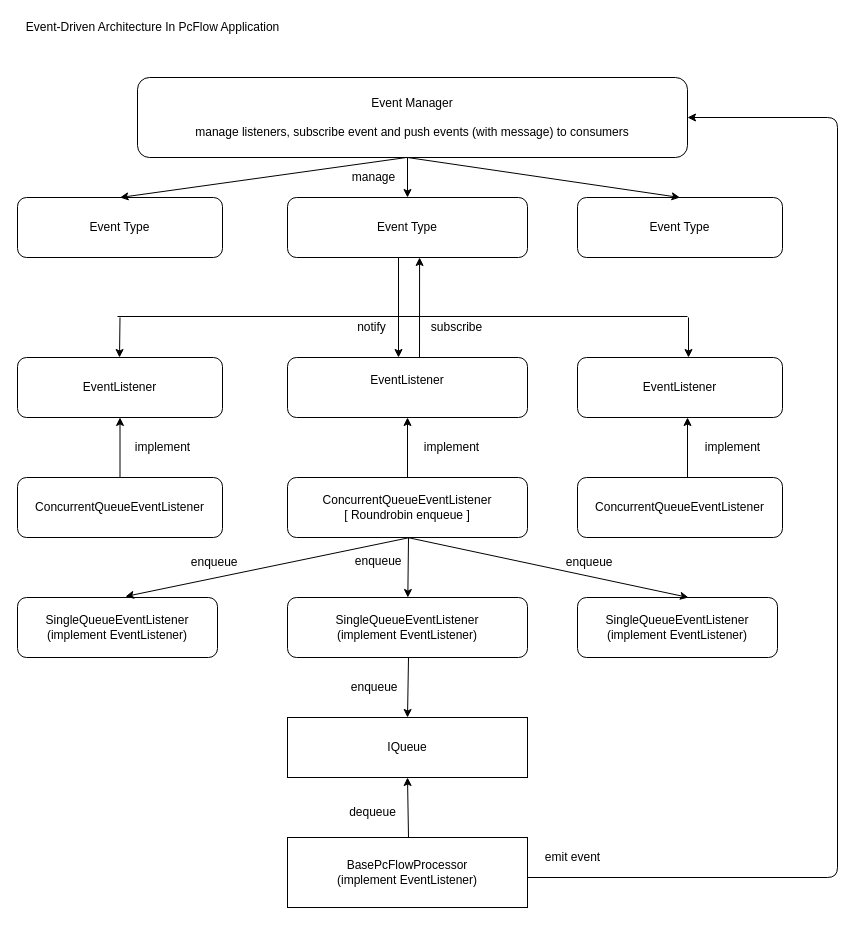
This is pcFlow.drawio from ndhcoder/my-configs, a draw.io file, before an edit. Source tidied: cells renumbered, new cells numbered last; positions are measured from the earlier drawing's top-left corner, leaving out a move shared by most shapes. Both pictures are drawn from the tidied source at 100%, with x=0, y=0 at pixel (17, 17).
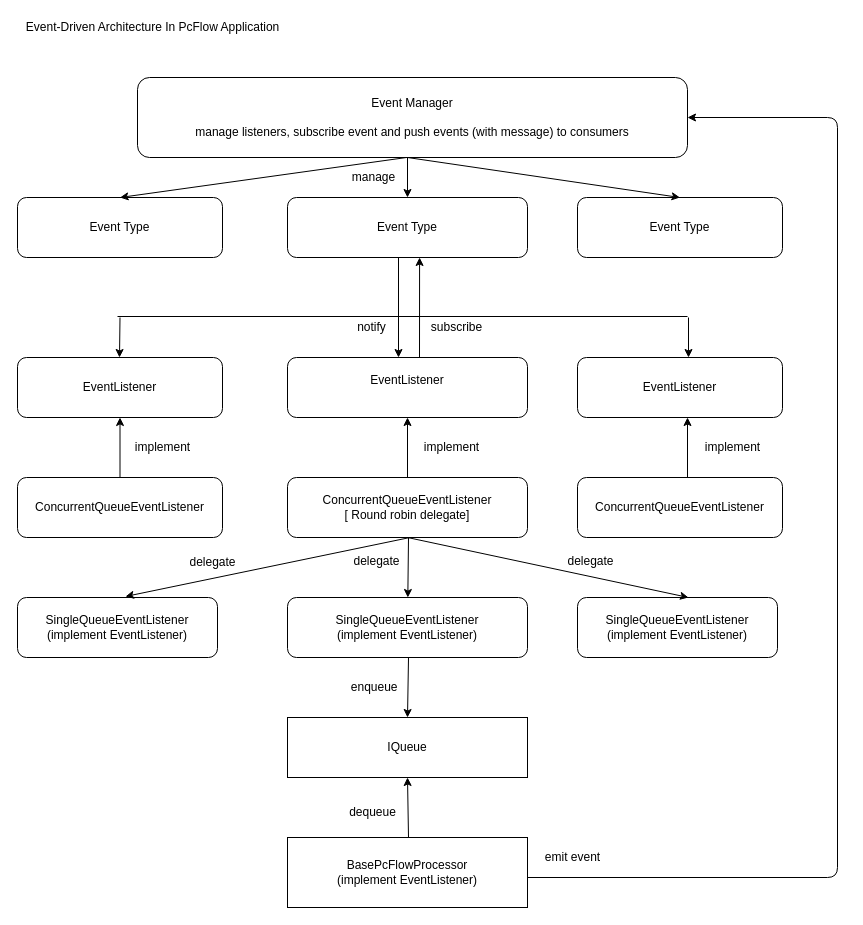
Above is the later version.

Diff of the diagram source:
```diff
@@
-    <mxCell id="4" value="ConcurrentQueueEventListener&lt;br&gt;[ Roundrobin enqueue ]" style="rounded=1;whiteSpace=wrap;html=1;" parent="1" vertex="1">
+    <mxCell id="4" value="ConcurrentQueueEventListener&lt;br&gt;[ Round robin delegate]" style="rounded=1;whiteSpace=wrap;html=1;" parent="1" vertex="1">
       <mxGeometry x="270" y="460" width="240" height="60" as="geometry" />
     </mxCell>
@@
-    <mxCell id="22" value="&amp;nbsp;enqueue" style="text;html=1;align=center;verticalAlign=middle;" parent="1" vertex="1">
-      <mxGeometry x="160" y="535" width="70" height="20" as="geometry" />
+    <mxCell id="22" value="delegate" style="text;html=1;align=center;verticalAlign=middle;" parent="1" vertex="1">
+      <mxGeometry x="165" y="535" width="60" height="20" as="geometry" />
     </mxCell>
-    <mxCell id="23" value="&amp;nbsp;enqueue" style="text;html=1;align=center;verticalAlign=middle;" parent="1" vertex="1">
-      <mxGeometry x="324" y="534" width="70" height="20" as="geometry" />
+    <mxCell id="23" value="delegate" style="text;html=1;align=center;verticalAlign=middle;" parent="1" vertex="1">
+      <mxGeometry x="329" y="534" width="60" height="20" as="geometry" />
     </mxCell>
-    <mxCell id="24" value="&amp;nbsp;enqueue" style="text;html=1;align=center;verticalAlign=middle;" parent="1" vertex="1">
-      <mxGeometry x="535" y="535" width="70" height="20" as="geometry" />
+    <mxCell id="24" value="delegate" style="text;html=1;align=center;verticalAlign=middle;" parent="1" vertex="1">
+      <mxGeometry x="543" y="534" width="60" height="20" as="geometry" />
     </mxCell>
```
